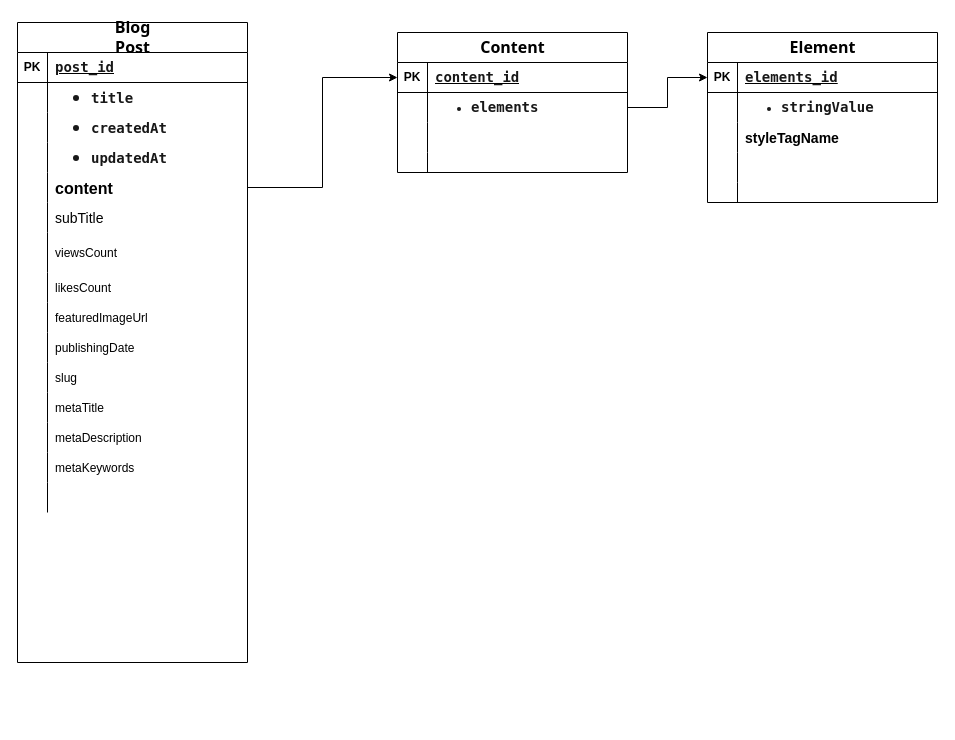
The draw.io diagram blogPostSchema.drawio in pearl7721User1/DrawIOs, before the edit. Source tidied: cells renumbered, new cells numbered last; positions are measured from the earlier drawing's top-left corner, leaving out a move shared by most shapes. Both pictures are drawn from the tidied source at 100%, with x=0, y=0 at pixel (17, 22).
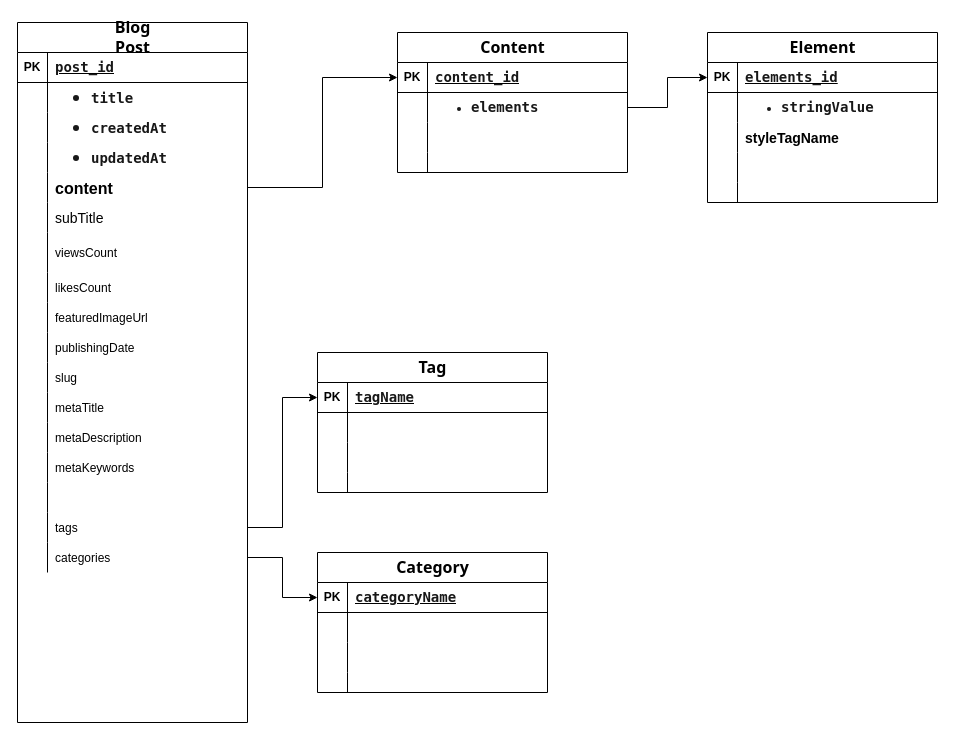
After the change.

Diff of the diagram source:
```diff
@@
     <mxCell id="2" value="&lt;strong style=&quot;color: var(--tw-prose-bold); font-size: 16px; caret-color: rgb(24, 24, 24); font-family: Söhne, ui-sans-serif, system-ui, -apple-system, &amp;quot;Segoe UI&amp;quot;, Roboto, Ubuntu, Cantarell, &amp;quot;Noto Sans&amp;quot;, sans-serif, &amp;quot;Helvetica Neue&amp;quot;, Arial, &amp;quot;Apple Color Emoji&amp;quot;, &amp;quot;Segoe UI Emoji&amp;quot;, &amp;quot;Segoe UI Symbol&amp;quot;, &amp;quot;Noto Color Emoji&amp;quot;; text-align: left; white-space: pre-wrap; border: 0px solid rgb(227, 227, 227); box-sizing: border-box; --tw-border-spacing-x: 0; --tw-border-spacing-y: 0; --tw-translate-x: 0; --tw-translate-y: 0; --tw-rotate: 0; --tw-skew-x: 0; --tw-skew-y: 0; --tw-scale-x: 1; --tw-scale-y: 1; --tw-pan-x: ; --tw-pan-y: ; --tw-pinch-zoom: ; --tw-scroll-snap-strictness: proximity; --tw-gradient-from-position: ; --tw-gradient-via-position: ; --tw-gradient-to-position: ; --tw-ordinal: ; --tw-slashed-zero: ; --tw-numeric-figure: ; --tw-numeric-spacing: ; --tw-numeric-fraction: ; --tw-ring-inset: ; --tw-ring-offset-width: 0px; --tw-ring-offset-color: #fff; --tw-ring-color: rgba(69,89,164,0.5); --tw-ring-offset-shadow: 0 0 transparent; --tw-ring-shadow: 0 0 transparent; --tw-shadow: 0 0 transparent; --tw-shadow-colored: 0 0 transparent; --tw-blur: ; --tw-brightness: ; --tw-contrast: ; --tw-grayscale: ; --tw-hue-rotate: ; --tw-invert: ; --tw-saturate: ; --tw-sepia: ; --tw-drop-shadow: ; --tw-backdrop-blur: ; --tw-backdrop-brightness: ; --tw-backdrop-contrast: ; --tw-backdrop-grayscale: ; --tw-backdrop-hue-rotate: ; --tw-backdrop-invert: ; --tw-backdrop-opacity: ; --tw-backdrop-saturate: ; --tw-backdrop-sepia: ; --tw-contain-size: ; --tw-contain-layout: ; --tw-contain-paint: ; --tw-contain-style: ;&quot;&gt;Blog Post&lt;/strong&gt;" style="shape=table;startSize=30;childLayout=tableLayout;rowLines=0;fontStyle=1;align=center;html=1;" parent="1" vertex="1">
-      <mxGeometry width="230" height="640" as="geometry" />
+      <mxGeometry width="230" height="700" as="geometry" />
     </mxCell>
@@
+    <mxCell id="79" style="shape=tableRow;horizontal=0;startSize=0;swimlaneHead=0;swimlaneBody=0;fillColor=none;points=[[0,0.5],[1,0.5]];portConstraint=eastwest;top=0;left=0;right=0;bottom=0;" parent="2" vertex="1">
+      <mxGeometry y="490" width="230" height="30" as="geometry" />
+    </mxCell>
+    <mxCell id="80" style="shape=partialRectangle;fillColor=none;top=0;left=0;bottom=0;right=0;overflow=hidden;" parent="79" vertex="1">
+      <mxGeometry width="30" height="30" as="geometry" />
+    </mxCell>
+    <mxCell id="81" value="tags" style="shape=partialRectangle;fillColor=none;top=0;left=0;bottom=0;right=0;align=left;spacingLeft=6;overflow=hidden;" parent="79" vertex="1">
+      <mxGeometry x="30" width="200" height="30" as="geometry" />
+    </mxCell>
+    <mxCell id="82" style="shape=tableRow;horizontal=0;startSize=0;swimlaneHead=0;swimlaneBody=0;fillColor=none;points=[[0,0.5],[1,0.5]];portConstraint=eastwest;top=0;left=0;right=0;bottom=0;" parent="2" vertex="1">
+      <mxGeometry y="520" width="230" height="30" as="geometry" />
+    </mxCell>
+    <mxCell id="83" style="shape=partialRectangle;fillColor=none;top=0;left=0;bottom=0;right=0;overflow=hidden;" parent="82" vertex="1">
+      <mxGeometry width="30" height="30" as="geometry" />
+    </mxCell>
+    <mxCell id="84" value="categories" style="shape=partialRectangle;fillColor=none;top=0;left=0;bottom=0;right=0;align=left;spacingLeft=6;overflow=hidden;" parent="82" vertex="1">
+      <mxGeometry x="30" width="200" height="30" as="geometry" />
+    </mxCell>
@@
+    <mxCell id="85" value="&lt;strong style=&quot;color: var(--tw-prose-bold); font-size: 16px; caret-color: rgb(24, 24, 24); font-family: Söhne, ui-sans-serif, system-ui, -apple-system, &amp;quot;Segoe UI&amp;quot;, Roboto, Ubuntu, Cantarell, &amp;quot;Noto Sans&amp;quot;, sans-serif, &amp;quot;Helvetica Neue&amp;quot;, Arial, &amp;quot;Apple Color Emoji&amp;quot;, &amp;quot;Segoe UI Emoji&amp;quot;, &amp;quot;Segoe UI Symbol&amp;quot;, &amp;quot;Noto Color Emoji&amp;quot;; text-align: left; white-space: pre-wrap; border: 0px solid rgb(227, 227, 227); box-sizing: border-box; --tw-border-spacing-x: 0; --tw-border-spacing-y: 0; --tw-translate-x: 0; --tw-translate-y: 0; --tw-rotate: 0; --tw-skew-x: 0; --tw-skew-y: 0; --tw-scale-x: 1; --tw-scale-y: 1; --tw-pan-x: ; --tw-pan-y: ; --tw-pinch-zoom: ; --tw-scroll-snap-strictness: proximity; --tw-gradient-from-position: ; --tw-gradient-via-position: ; --tw-gradient-to-position: ; --tw-ordinal: ; --tw-slashed-zero: ; --tw-numeric-figure: ; --tw-numeric-spacing: ; --tw-numeric-fraction: ; --tw-ring-inset: ; --tw-ring-offset-width: 0px; --tw-ring-offset-color: #fff; --tw-ring-color: rgba(69,89,164,0.5); --tw-ring-offset-shadow: 0 0 transparent; --tw-ring-shadow: 0 0 transparent; --tw-shadow: 0 0 transparent; --tw-shadow-colored: 0 0 transparent; --tw-blur: ; --tw-brightness: ; --tw-contrast: ; --tw-grayscale: ; --tw-hue-rotate: ; --tw-invert: ; --tw-saturate: ; --tw-sepia: ; --tw-drop-shadow: ; --tw-backdrop-blur: ; --tw-backdrop-brightness: ; --tw-backdrop-contrast: ; --tw-backdrop-grayscale: ; --tw-backdrop-hue-rotate: ; --tw-backdrop-invert: ; --tw-backdrop-opacity: ; --tw-backdrop-saturate: ; --tw-backdrop-sepia: ; --tw-contain-size: ; --tw-contain-layout: ; --tw-contain-paint: ; --tw-contain-style: ;&quot;&gt;Tag&lt;/strong&gt;" style="shape=table;startSize=30;childLayout=tableLayout;rowLines=0;fontStyle=1;align=center;html=1;" parent="1" vertex="1">
+      <mxGeometry x="300" y="330" width="230" height="140" as="geometry" />
+    </mxCell>
+    <mxCell id="86" style="shape=tableRow;horizontal=0;startSize=0;swimlaneHead=0;swimlaneBody=0;fillColor=none;points=[[0,0.5],[1,0.5]];portConstraint=eastwest;top=0;left=0;right=0;bottom=1;" parent="85" vertex="1">
+      <mxGeometry y="30" width="230" height="30" as="geometry" />
+    </mxCell>
+    <mxCell id="87" value="PK" style="shape=partialRectangle;fillColor=none;top=0;left=0;bottom=0;right=0;fontStyle=1;overflow=hidden;whiteSpace=wrap;html=1;" parent="86" vertex="1">
+      <mxGeometry width="30" height="30" as="geometry" />
+    </mxCell>
+    <mxCell id="88" value="&lt;span style=&quot;text-decoration: none; caret-color: rgb(24, 24, 24); color: rgb(24, 24, 24); font-family: &amp;quot;Söhne Mono&amp;quot;, Monaco, &amp;quot;Andale Mono&amp;quot;, &amp;quot;Ubuntu Mono&amp;quot;, monospace; font-size: 14px; white-space: pre-wrap;&quot;&gt;tagName&lt;/span&gt;" style="shape=partialRectangle;fillColor=none;top=0;left=0;bottom=0;right=0;align=left;spacingLeft=6;fontStyle=5;overflow=hidden;whiteSpace=wrap;html=1;" parent="86" vertex="1">
+      <mxGeometry x="30" width="200" height="30" as="geometry" />
+    </mxCell>
+    <mxCell id="89" style="shape=tableRow;horizontal=0;startSize=0;swimlaneHead=0;swimlaneBody=0;fillColor=none;top=0;left=0;right=0;bottom=0;" parent="85" vertex="1">
+      <mxGeometry y="60" width="230" height="30" as="geometry" />
+    </mxCell>
+    <mxCell id="90" style="shape=partialRectangle;fillColor=none;top=0;left=0;bottom=0;right=0;overflow=hidden;whiteSpace=wrap;html=1;" parent="89" vertex="1">
+      <mxGeometry width="30" height="30" as="geometry" />
+    </mxCell>
+    <mxCell id="91" style="shape=partialRectangle;fillColor=none;top=0;left=0;bottom=0;right=0;align=left;spacingLeft=6;overflow=hidden;whiteSpace=wrap;html=1;" parent="89" vertex="1">
+      <mxGeometry x="30" width="200" height="30" as="geometry" />
+    </mxCell>
+    <mxCell id="92" style="shape=tableRow;horizontal=0;startSize=0;swimlaneHead=0;swimlaneBody=0;fillColor=none;top=0;left=0;right=0;bottom=0;" parent="85" vertex="1">
+      <mxGeometry y="90" width="230" height="30" as="geometry" />
+    </mxCell>
+    <mxCell id="93" style="shape=partialRectangle;fillColor=none;top=0;left=0;bottom=0;right=0;overflow=hidden;whiteSpace=wrap;html=1;" parent="92" vertex="1">
+      <mxGeometry width="30" height="30" as="geometry" />
+    </mxCell>
+    <mxCell id="94" style="shape=partialRectangle;fillColor=none;top=0;left=0;bottom=0;right=0;align=left;spacingLeft=6;overflow=hidden;whiteSpace=wrap;html=1;" parent="92" vertex="1">
+      <mxGeometry x="30" width="200" height="30" as="geometry" />
+    </mxCell>
+    <mxCell id="95" style="shape=tableRow;horizontal=0;startSize=0;swimlaneHead=0;swimlaneBody=0;fillColor=none;top=0;left=0;right=0;bottom=0;" parent="85" vertex="1">
+      <mxGeometry y="120" width="230" height="20" as="geometry" />
+    </mxCell>
+    <mxCell id="96" style="shape=partialRectangle;fillColor=none;top=0;left=0;bottom=0;right=0;overflow=hidden;whiteSpace=wrap;html=1;" parent="95" vertex="1">
+      <mxGeometry width="30" height="20" as="geometry" />
+    </mxCell>
+    <mxCell id="97" style="shape=partialRectangle;fillColor=none;top=0;left=0;bottom=0;right=0;align=left;spacingLeft=6;overflow=hidden;whiteSpace=wrap;html=1;" parent="95" vertex="1">
+      <mxGeometry x="30" width="200" height="20" as="geometry" />
+    </mxCell>
+    <mxCell id="98" value="&lt;strong style=&quot;color: var(--tw-prose-bold); font-size: 16px; caret-color: rgb(24, 24, 24); font-family: Söhne, ui-sans-serif, system-ui, -apple-system, &amp;quot;Segoe UI&amp;quot;, Roboto, Ubuntu, Cantarell, &amp;quot;Noto Sans&amp;quot;, sans-serif, &amp;quot;Helvetica Neue&amp;quot;, Arial, &amp;quot;Apple Color Emoji&amp;quot;, &amp;quot;Segoe UI Emoji&amp;quot;, &amp;quot;Segoe UI Symbol&amp;quot;, &amp;quot;Noto Color Emoji&amp;quot;; text-align: left; white-space: pre-wrap; border: 0px solid rgb(227, 227, 227); box-sizing: border-box; --tw-border-spacing-x: 0; --tw-border-spacing-y: 0; --tw-translate-x: 0; --tw-translate-y: 0; --tw-rotate: 0; --tw-skew-x: 0; --tw-skew-y: 0; --tw-scale-x: 1; --tw-scale-y: 1; --tw-pan-x: ; --tw-pan-y: ; --tw-pinch-zoom: ; --tw-scroll-snap-strictness: proximity; --tw-gradient-from-position: ; --tw-gradient-via-position: ; --tw-gradient-to-position: ; --tw-ordinal: ; --tw-slashed-zero: ; --tw-numeric-figure: ; --tw-numeric-spacing: ; --tw-numeric-fraction: ; --tw-ring-inset: ; --tw-ring-offset-width: 0px; --tw-ring-offset-color: #fff; --tw-ring-color: rgba(69,89,164,0.5); --tw-ring-offset-shadow: 0 0 transparent; --tw-ring-shadow: 0 0 transparent; --tw-shadow: 0 0 transparent; --tw-shadow-colored: 0 0 transparent; --tw-blur: ; --tw-brightness: ; --tw-contrast: ; --tw-grayscale: ; --tw-hue-rotate: ; --tw-invert: ; --tw-saturate: ; --tw-sepia: ; --tw-drop-shadow: ; --tw-backdrop-blur: ; --tw-backdrop-brightness: ; --tw-backdrop-contrast: ; --tw-backdrop-grayscale: ; --tw-backdrop-hue-rotate: ; --tw-backdrop-invert: ; --tw-backdrop-opacity: ; --tw-backdrop-saturate: ; --tw-backdrop-sepia: ; --tw-contain-size: ; --tw-contain-layout: ; --tw-contain-paint: ; --tw-contain-style: ;&quot;&gt;Category&lt;/strong&gt;" style="shape=table;startSize=30;childLayout=tableLayout;rowLines=0;fontStyle=1;align=center;html=1;" parent="1" vertex="1">
+      <mxGeometry x="300" y="530" width="230" height="140" as="geometry" />
+    </mxCell>
+    <mxCell id="99" style="shape=tableRow;horizontal=0;startSize=0;swimlaneHead=0;swimlaneBody=0;fillColor=none;points=[[0,0.5],[1,0.5]];portConstraint=eastwest;top=0;left=0;right=0;bottom=1;" parent="98" vertex="1">
+      <mxGeometry y="30" width="230" height="30" as="geometry" />
+    </mxCell>
+    <mxCell id="100" value="PK" style="shape=partialRectangle;fillColor=none;top=0;left=0;bottom=0;right=0;fontStyle=1;overflow=hidden;whiteSpace=wrap;html=1;" parent="99" vertex="1">
+      <mxGeometry width="30" height="30" as="geometry" />
+    </mxCell>
+    <mxCell id="101" value="&lt;span style=&quot;text-decoration: none; caret-color: rgb(24, 24, 24); color: rgb(24, 24, 24); font-family: &amp;quot;Söhne Mono&amp;quot;, Monaco, &amp;quot;Andale Mono&amp;quot;, &amp;quot;Ubuntu Mono&amp;quot;, monospace; font-size: 14px; white-space: pre-wrap;&quot;&gt;categoryName&lt;/span&gt;" style="shape=partialRectangle;fillColor=none;top=0;left=0;bottom=0;right=0;align=left;spacingLeft=6;fontStyle=5;overflow=hidden;whiteSpace=wrap;html=1;" parent="99" vertex="1">
+      <mxGeometry x="30" width="200" height="30" as="geometry" />
+    </mxCell>
+    <mxCell id="102" style="shape=tableRow;horizontal=0;startSize=0;swimlaneHead=0;swimlaneBody=0;fillColor=none;top=0;left=0;right=0;bottom=0;" parent="98" vertex="1">
+      <mxGeometry y="60" width="230" height="30" as="geometry" />
+    </mxCell>
+    <mxCell id="103" style="shape=partialRectangle;fillColor=none;top=0;left=0;bottom=0;right=0;overflow=hidden;whiteSpace=wrap;html=1;" parent="102" vertex="1">
+      <mxGeometry width="30" height="30" as="geometry" />
+    </mxCell>
+    <mxCell id="104" style="shape=partialRectangle;fillColor=none;top=0;left=0;bottom=0;right=0;align=left;spacingLeft=6;overflow=hidden;whiteSpace=wrap;html=1;" parent="102" vertex="1">
+      <mxGeometry x="30" width="200" height="30" as="geometry" />
+    </mxCell>
+    <mxCell id="105" style="shape=tableRow;horizontal=0;startSize=0;swimlaneHead=0;swimlaneBody=0;fillColor=none;top=0;left=0;right=0;bottom=0;" parent="98" vertex="1">
+      <mxGeometry y="90" width="230" height="30" as="geometry" />
+    </mxCell>
+    <mxCell id="106" style="shape=partialRectangle;fillColor=none;top=0;left=0;bottom=0;right=0;overflow=hidden;whiteSpace=wrap;html=1;" parent="105" vertex="1">
+      <mxGeometry width="30" height="30" as="geometry" />
+    </mxCell>
+    <mxCell id="107" style="shape=partialRectangle;fillColor=none;top=0;left=0;bottom=0;right=0;align=left;spacingLeft=6;overflow=hidden;whiteSpace=wrap;html=1;" parent="105" vertex="1">
+      <mxGeometry x="30" width="200" height="30" as="geometry" />
+    </mxCell>
+    <mxCell id="108" style="shape=tableRow;horizontal=0;startSize=0;swimlaneHead=0;swimlaneBody=0;fillColor=none;top=0;left=0;right=0;bottom=0;" parent="98" vertex="1">
+      <mxGeometry y="120" width="230" height="20" as="geometry" />
+    </mxCell>
+    <mxCell id="109" style="shape=partialRectangle;fillColor=none;top=0;left=0;bottom=0;right=0;overflow=hidden;whiteSpace=wrap;html=1;" parent="108" vertex="1">
+      <mxGeometry width="30" height="20" as="geometry" />
+    </mxCell>
+    <mxCell id="110" style="shape=partialRectangle;fillColor=none;top=0;left=0;bottom=0;right=0;align=left;spacingLeft=6;overflow=hidden;whiteSpace=wrap;html=1;" parent="108" vertex="1">
+      <mxGeometry x="30" width="200" height="20" as="geometry" />
+    </mxCell>
+    <mxCell id="111" style="edgeStyle=orthogonalEdgeStyle;rounded=0;jettySize=auto;html=1;entryX=0;entryY=0.5;entryDx=0;entryDy=0;" parent="1" edge="1" source="79" target="86">
+      <mxGeometry relative="1" as="geometry" />
+    </mxCell>
+    <mxCell id="112" style="edgeStyle=orthogonalEdgeStyle;rounded=0;jettySize=auto;html=1;exitX=1;exitY=0.5;exitDx=0;exitDy=0;entryX=0;entryY=0.5;entryDx=0;entryDy=0;" parent="1" edge="1" source="82" target="99">
+      <mxGeometry relative="1" as="geometry" />
+    </mxCell>
```
